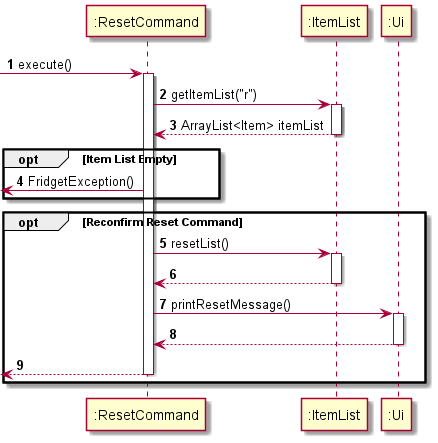
The PlantUML diagram docs/umlDiagrams/ResetSequence.png in uosjapuelks/tp, before a commit.
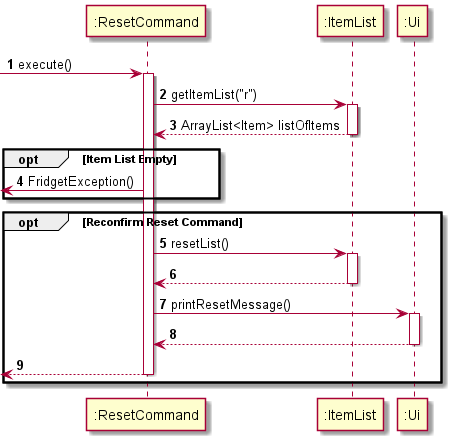
After the change.

Commit message:
Fix Reset and ShopReset sequences

What changed in the source:
```diff
@@ -7,7 +7,7 @@
 
 ":ResetCommand" -> ":ItemList": getItemList("r")
 activate ":ItemList"
-":ResetCommand" <-- ":ItemList": ArrayList<Item> itemList
+":ResetCommand" <-- ":ItemList": ArrayList<Item> listOfItems
 deactivate ":ItemList"
 
 opt Item List Empty
```
